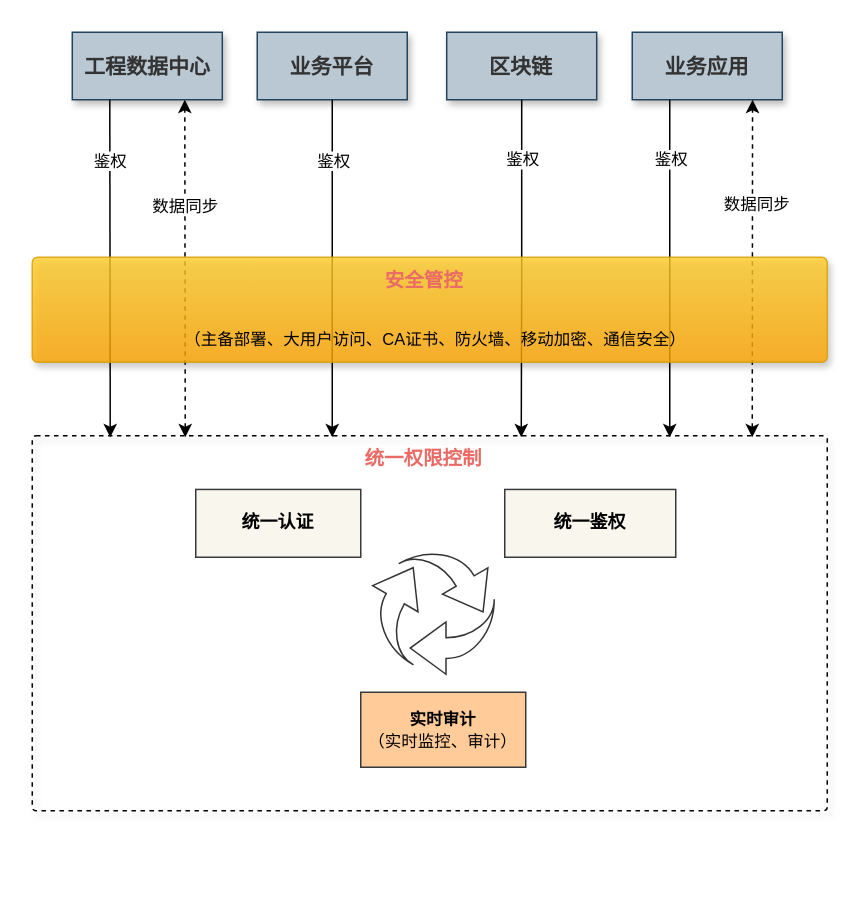
Earlier version of the draw.io diagram page "第 1 页" (1 of 2) of 东庄信息化项目-统一权限管理-总设计图.drawio (sun-beijixing/drawio). Source tidied: cells renumbered, new cells numbered last; positions are measured from the earlier drawing's top-left corner, leaving out a move shared by most shapes. Both pictures are drawn from the tidied source at 150%, with x=0, y=0 at pixel (32, 32).
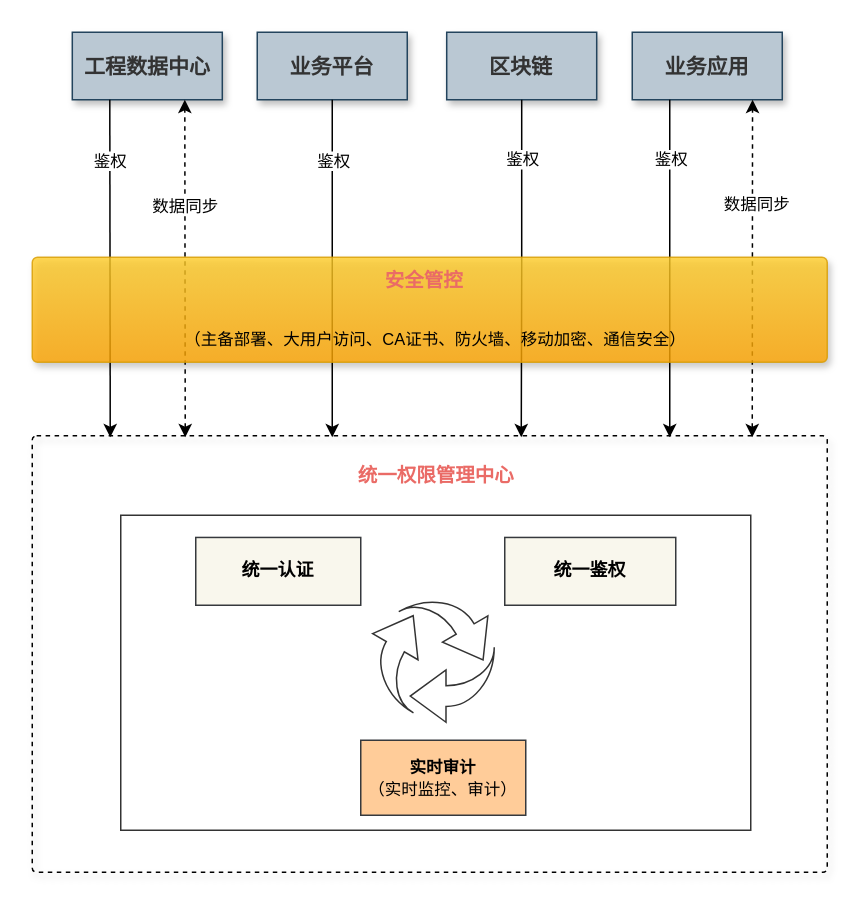
Above is the later version.

Commit message (it also covers changes not shown here):
更新东庄信息化项目-统一权限管理-总设计图.drawio

What changed in the source:
```diff
@@
     <mxCell id="2" style="text;html=1;fillColor=none;align=center;verticalAlign=middle;whiteSpace=wrap;fontSize=54;fontStyle=1;shadow=1;rounded=1;glass=0;sketch=0;arcSize=1;dashed=1;strokeWidth=1;strokeColor=default;" parent="1" vertex="1">
-      <mxGeometry y="269" width="530" height="250" as="geometry" />
+      <mxGeometry y="269" width="530" height="291" as="geometry" />
     </mxCell>
+    <mxCell id="29" style="rounded=0;whiteSpace=wrap;html=1;shadow=0;fontSize=13;opacity=80;fillColor=none;" parent="1" vertex="1">
+      <mxGeometry x="59" y="322" width="420" height="210" as="geometry" />
+    </mxCell>
@@
-    <mxCell id="9" value="&lt;b&gt;&lt;font style=&quot;font-size: 13px;&quot; color=&quot;#ea6b66&quot;&gt;统一权限控制&lt;/font&gt;&lt;/b&gt;" style="text;html=1;strokeColor=none;fillColor=none;align=center;verticalAlign=middle;whiteSpace=wrap;rounded=0;shadow=1;fontSize=11;" parent="1" vertex="1">
-      <mxGeometry x="212" y="269" width="98" height="30" as="geometry" />
+    <mxCell id="9" value="&lt;b&gt;&lt;font style=&quot;font-size: 13px;&quot; color=&quot;#ea6b66&quot;&gt;统一权限管理中心&lt;/font&gt;&lt;/b&gt;" style="text;html=1;strokeColor=none;fillColor=none;align=center;verticalAlign=middle;whiteSpace=wrap;rounded=0;shadow=1;fontSize=11;" parent="1" vertex="1">
+      <mxGeometry x="210" y="280" width="119" height="30" as="geometry" />
     </mxCell>
     <mxCell id="10" value="&lt;b&gt;统一认证&lt;/b&gt;" style="rounded=0;whiteSpace=wrap;html=1;shadow=0;fontSize=12;fillColor=#f9f7ed;strokeColor=#36393d;" parent="1" vertex="1">
-      <mxGeometry x="109" y="304.8" width="110" height="45.2" as="geometry" />
+      <mxGeometry x="109" y="336.8" width="110" height="45.2" as="geometry" />
     </mxCell>
     <mxCell id="11" value="&lt;b&gt;统一鉴权&lt;/b&gt;" style="rounded=0;whiteSpace=wrap;html=1;shadow=0;fontSize=12;fillColor=#f9f7ed;strokeColor=#36393d;" parent="1" vertex="1">
-      <mxGeometry x="315" y="304.8" width="114" height="45.2" as="geometry" />
+      <mxGeometry x="315" y="336.8" width="114" height="45.2" as="geometry" />
     </mxCell>
@@
     <mxCell id="18" style="html=1;shadow=0;dashed=0;align=center;verticalAlign=middle;shape=mxgraph.arrows2.jumpInArrow;dy=6.92;dx=23.83;arrowHead=34.9;opacity=80;direction=west;rotation=120;" parent="1" vertex="1">
-      <mxGeometry x="218.5" y="360" width="56" height="50" as="geometry" />
+      <mxGeometry x="218.5" y="392" width="56" height="50" as="geometry" />
     </mxCell>
     <mxCell id="19" value="&lt;span style=&quot;font-size: 11px;&quot;&gt;&lt;b&gt;实时审计&lt;/b&gt;&lt;br&gt;（实时监控、审计）&lt;br&gt;&lt;/span&gt;" style="rounded=0;whiteSpace=wrap;html=1;shadow=0;fontSize=12;fillColor=#ffcc99;strokeColor=#36393d;" parent="1" vertex="1">
-      <mxGeometry x="219" y="440" width="110" height="50" as="geometry" />
+      <mxGeometry x="219" y="472" width="110" height="50" as="geometry" />
     </mxCell>
@@
     <mxCell id="27" style="html=1;shadow=0;dashed=0;align=center;verticalAlign=middle;shape=mxgraph.arrows2.jumpInArrow;dy=6.92;dx=23.83;arrowHead=34.9;opacity=80;direction=west;rotation=240;" parent="1" vertex="1">
-      <mxGeometry x="252" y="341" width="56" height="50" as="geometry" />
+      <mxGeometry x="252" y="373" width="56" height="50" as="geometry" />
     </mxCell>
     <mxCell id="28" style="html=1;shadow=0;dashed=0;align=center;verticalAlign=middle;shape=mxgraph.arrows2.jumpInArrow;dy=6.92;dx=23.83;arrowHead=34.9;opacity=80;direction=west;rotation=0;" parent="1" vertex="1">
-      <mxGeometry x="252" y="378" width="56" height="50" as="geometry" />
+      <mxGeometry x="252" y="410" width="56" height="50" as="geometry" />
     </mxCell>
```
